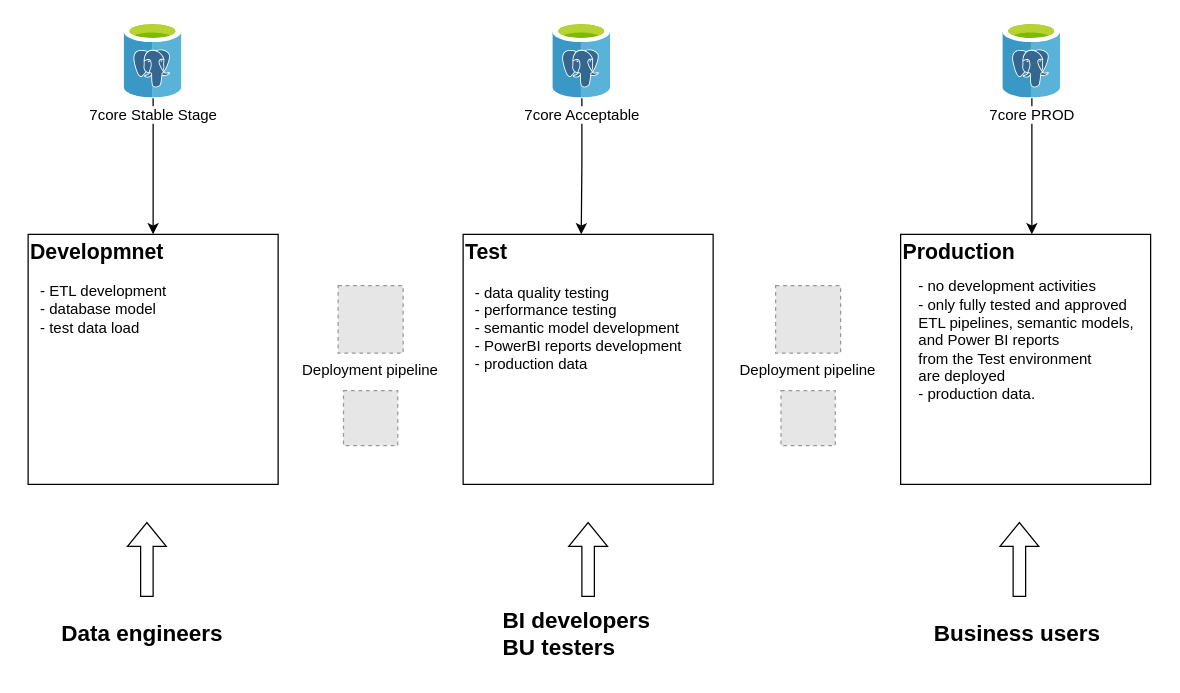
Earlier version of the draw.io diagram page "Enwironments" (3 of 3) of TARGETTY_architecture.drawio (lhlavac/Architecture). Source tidied: cells renumbered, new cells numbered last; positions are measured from the earlier drawing's top-left corner, leaving out a move shared by most shapes. Both pictures are drawn from the tidied source at 125%, with x=0, y=0 at pixel (21, 21). Pictures stored in the file or linked from it are replaced by grey dashed boxes.
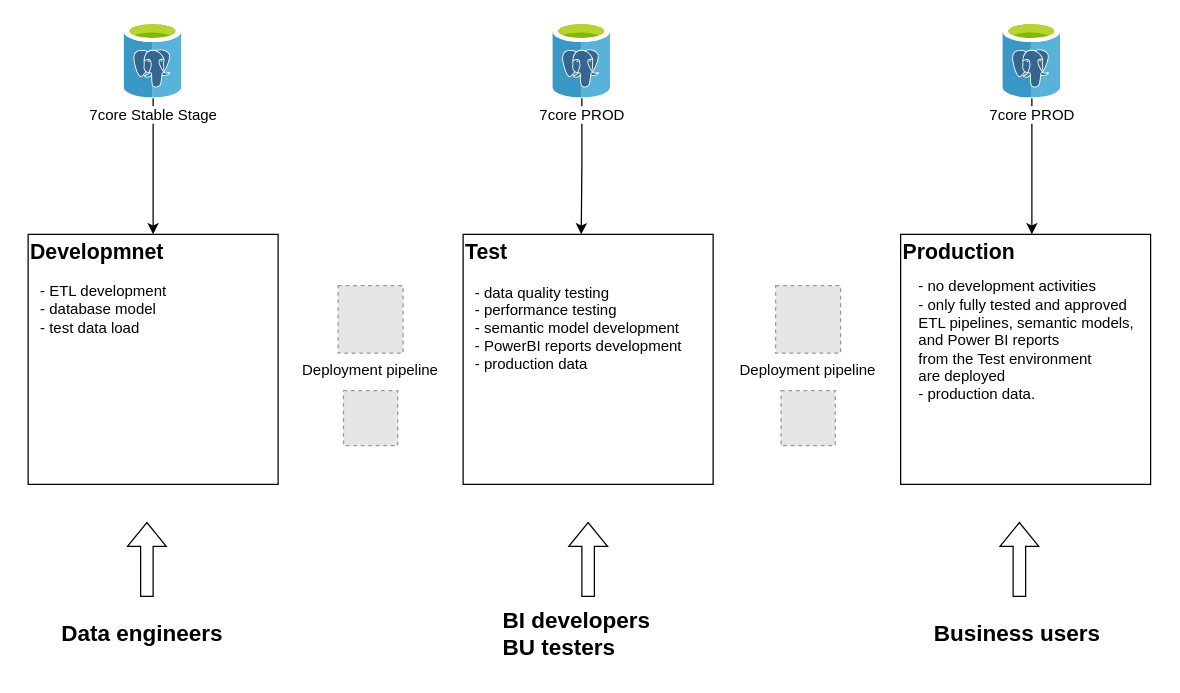
After the change.

Diff of the diagram source:
```diff
@@
-    <mxCell id="24" value="7core Acceptable" style="image;sketch=0;html=1;points=[];align=center;fontSize=12;image=img/lib/mscae/Azure_Database_for_PostgreSQL_servers.svg;" parent="1" vertex="1">
+    <mxCell id="24" value="7core PROD" style="image;sketch=0;html=1;points=[];align=center;fontSize=12;image=img/lib/mscae/Azure_Database_for_PostgreSQL_servers.svg;" parent="1" vertex="1">
       <mxGeometry x="424.8" width="46.4" height="61" as="geometry" />
     </mxCell>
```
